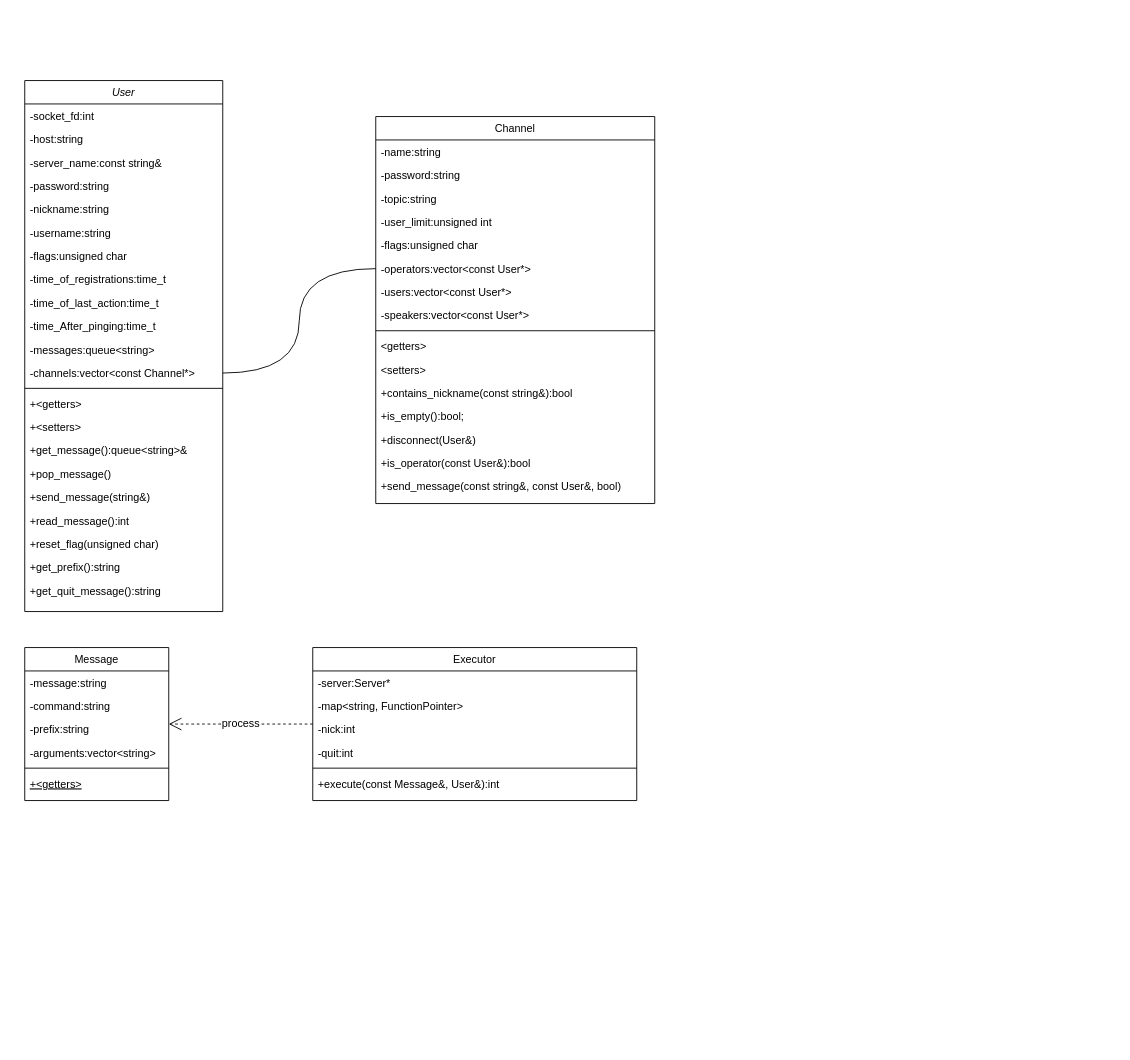
The draw.io diagram Untitled Diagram.drawio in mzsv/42FT_IRC, before the edit. Source tidied: cells renumbered, new cells numbered last; positions are measured from the earlier drawing's top-left corner, leaving out a move shared by most shapes. Both pictures are drawn from the tidied source at 90%, with x=0, y=0 at pixel (24, 80).
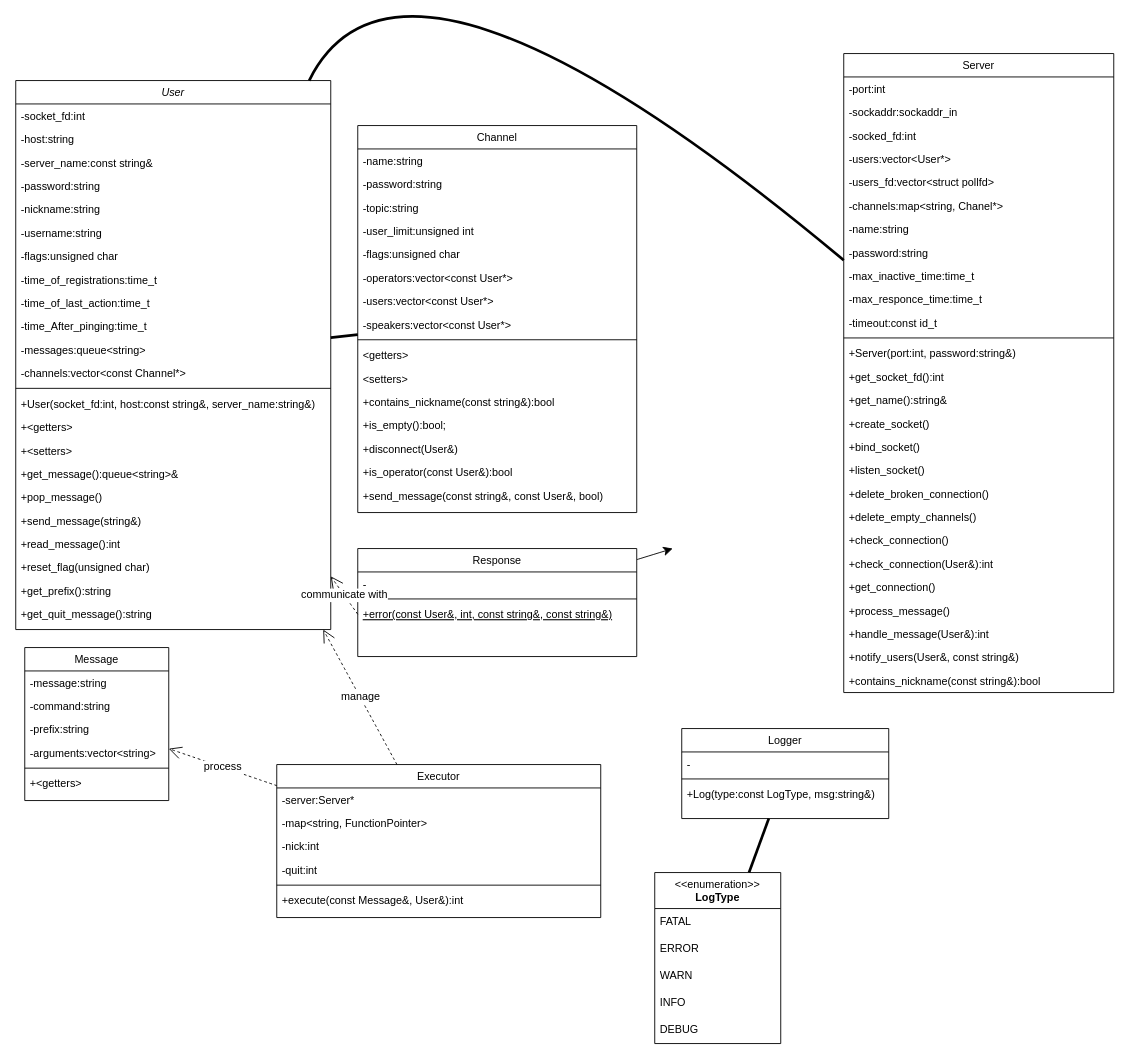
The same page after the edit.

The change refers to these unchanged cells:
```xml
<mxCell id="25" value="Message" style="swimlane;fontStyle=0;align=center;verticalAlign=top;horizontal=1;startSize=26;rounded=0;shadow=0;strokeWidth=1;" parent="1" vertex="1">
  <mxGeometry y="630" width="160" height="170" as="geometry" />
</mxCell>
<mxCell id="45" value="-operators:vector&lt;const User*&gt;" style="text;align=left;verticalAlign=top;spacingLeft=4;spacingRight=4;overflow=hidden;points=[[0,0.5],[1,0.5]];portConstraint=eastwest;rounded=0;shadow=0;html=0;" parent="39" vertex="1">
  <mxGeometry y="156" width="310" height="26" as="geometry" />
</mxCell>
```

Diff of the diagram source:
```diff
@@
     <mxCell id="2" value="User" style="swimlane;fontStyle=2;align=center;verticalAlign=top;horizontal=1;startSize=26;rounded=0;shadow=0;strokeWidth=1;" parent="1" vertex="1">
-      <mxGeometry width="220" height="590" as="geometry" />
+      <mxGeometry x="-10" width="350" height="610" as="geometry" />
     </mxCell>
     <mxCell id="3" value="-socket_fd:int" style="text;align=left;verticalAlign=top;spacingLeft=4;spacingRight=4;overflow=hidden;" parent="2" vertex="1">
-      <mxGeometry y="26" width="220" height="26" as="geometry" />
+      <mxGeometry y="26" width="350" height="26" as="geometry" />
     </mxCell>
     <mxCell id="4" value="-host:string" style="text;align=left;verticalAlign=top;spacingLeft=4;spacingRight=4;overflow=hidden;" parent="2" vertex="1">
-      <mxGeometry y="52" width="220" height="26" as="geometry" />
+      <mxGeometry y="52" width="350" height="26" as="geometry" />
     </mxCell>
     <mxCell id="5" value="-server_name:const string&amp;" style="text;align=left;verticalAlign=top;spacingLeft=4;spacingRight=4;overflow=hidden;rounded=0;shadow=0;html=0;" parent="2" vertex="1">
-      <mxGeometry y="78" width="220" height="26" as="geometry" />
+      <mxGeometry y="78" width="350" height="26" as="geometry" />
     </mxCell>
     <mxCell id="6" value="-password:string" style="text;align=left;verticalAlign=top;spacingLeft=4;spacingRight=4;overflow=hidden;rounded=0;shadow=0;html=0;" parent="2" vertex="1">
-      <mxGeometry y="104" width="220" height="26" as="geometry" />
+      <mxGeometry y="104" width="350" height="26" as="geometry" />
     </mxCell>
     <mxCell id="7" value="-nickname:string" style="text;align=left;verticalAlign=top;spacingLeft=4;spacingRight=4;overflow=hidden;rounded=0;shadow=0;html=0;" parent="2" vertex="1">
-      <mxGeometry y="130" width="220" height="26" as="geometry" />
+      <mxGeometry y="130" width="350" height="26" as="geometry" />
     </mxCell>
     <mxCell id="8" value="-username:string" style="text;align=left;verticalAlign=top;spacingLeft=4;spacingRight=4;overflow=hidden;rounded=0;shadow=0;html=0;" parent="2" vertex="1">
-      <mxGeometry y="156" width="220" height="26" as="geometry" />
+      <mxGeometry y="156" width="350" height="26" as="geometry" />
     </mxCell>
     <mxCell id="9" value="-flags:unsigned char" style="text;align=left;verticalAlign=top;spacingLeft=4;spacingRight=4;overflow=hidden;rounded=0;shadow=0;html=0;" parent="2" vertex="1">
-      <mxGeometry y="182" width="220" height="26" as="geometry" />
+      <mxGeometry y="182" width="350" height="26" as="geometry" />
     </mxCell>
     <mxCell id="10" value="-time_of_registrations:time_t" style="text;align=left;verticalAlign=top;spacingLeft=4;spacingRight=4;overflow=hidden;rounded=0;shadow=0;html=0;" parent="2" vertex="1">
-      <mxGeometry y="208" width="220" height="26" as="geometry" />
+      <mxGeometry y="208" width="350" height="26" as="geometry" />
     </mxCell>
     <mxCell id="11" value="-time_of_last_action:time_t" style="text;align=left;verticalAlign=top;spacingLeft=4;spacingRight=4;overflow=hidden;rounded=0;shadow=0;html=0;" parent="2" vertex="1">
-      <mxGeometry y="234" width="220" height="26" as="geometry" />
+      <mxGeometry y="234" width="350" height="26" as="geometry" />
     </mxCell>
     <mxCell id="12" value="-time_After_pinging:time_t" style="text;align=left;verticalAlign=top;spacingLeft=4;spacingRight=4;overflow=hidden;rounded=0;shadow=0;html=0;" parent="2" vertex="1">
-      <mxGeometry y="260" width="220" height="26" as="geometry" />
+      <mxGeometry y="260" width="350" height="26" as="geometry" />
     </mxCell>
     <mxCell id="13" value="-messages:queue&lt;string&gt;" style="text;align=left;verticalAlign=top;spacingLeft=4;spacingRight=4;overflow=hidden;rounded=0;shadow=0;html=0;" parent="2" vertex="1">
-      <mxGeometry y="286" width="220" height="26" as="geometry" />
+      <mxGeometry y="286" width="350" height="26" as="geometry" />
     </mxCell>
     <mxCell id="14" value="-channels:vector&lt;const Channel*&gt;" style="text;align=left;verticalAlign=top;spacingLeft=4;spacingRight=4;overflow=hidden;points=[[0,0.5],[1,0.5]];portConstraint=eastwest;rounded=0;shadow=0;html=0;" parent="2" vertex="1">
-      <mxGeometry y="312" width="220" height="26" as="geometry" />
+      <mxGeometry y="312" width="350" height="26" as="geometry" />
     </mxCell>
     <mxCell id="15" style="line;html=1;strokeWidth=1;align=left;verticalAlign=middle;spacingTop=-1;spacingLeft=3;spacingRight=3;labelPosition=right;" parent="2" vertex="1">
-      <mxGeometry y="338" width="220" height="8" as="geometry" />
+      <mxGeometry y="338" width="350" height="8" as="geometry" />
     </mxCell>
+    <mxCell id="58" value="+User(socket_fd:int, host:const string&amp;, server_name:string&amp;)" style="text;align=left;verticalAlign=top;spacingLeft=4;spacingRight=4;overflow=hidden;" parent="2" vertex="1">
+      <mxGeometry y="346" width="350" height="26" as="geometry" />
+    </mxCell>
     <mxCell id="16" value="+&lt;getters&gt;" style="text;align=left;verticalAlign=top;spacingLeft=4;spacingRight=4;overflow=hidden;" parent="2" vertex="1">
-      <mxGeometry y="346" width="220" height="26" as="geometry" />
+      <mxGeometry y="372" width="350" height="26" as="geometry" />
     </mxCell>
     <mxCell id="17" value="+&lt;setters&gt;" style="text;align=left;verticalAlign=top;spacingLeft=4;spacingRight=4;overflow=hidden;" parent="2" vertex="1">
-      <mxGeometry y="372" width="220" height="26" as="geometry" />
+      <mxGeometry y="398" width="350" height="26" as="geometry" />
     </mxCell>
     <mxCell id="18" value="+get_message():queue&lt;string&gt;&amp;" style="text;align=left;verticalAlign=top;spacingLeft=4;spacingRight=4;overflow=hidden;" parent="2" vertex="1">
-      <mxGeometry y="398" width="220" height="26" as="geometry" />
+      <mxGeometry y="424" width="350" height="26" as="geometry" />
     </mxCell>
     <mxCell id="19" value="+pop_message()" style="text;align=left;verticalAlign=top;spacingLeft=4;spacingRight=4;overflow=hidden;" parent="2" vertex="1">
-      <mxGeometry y="424" width="220" height="26" as="geometry" />
+      <mxGeometry y="450" width="350" height="26" as="geometry" />
     </mxCell>
     <mxCell id="20" value="+send_message(string&amp;)" style="text;align=left;verticalAlign=top;spacingLeft=4;spacingRight=4;overflow=hidden;" parent="2" vertex="1">
-      <mxGeometry y="450" width="220" height="26" as="geometry" />
+      <mxGeometry y="476" width="350" height="26" as="geometry" />
     </mxCell>
     <mxCell id="21" value="+read_message():int" style="text;align=left;verticalAlign=top;spacingLeft=4;spacingRight=4;overflow=hidden;" parent="2" vertex="1">
-      <mxGeometry y="476" width="220" height="26" as="geometry" />
+      <mxGeometry y="502" width="350" height="26" as="geometry" />
     </mxCell>
     <mxCell id="22" value="+reset_flag(unsigned char)" style="text;align=left;verticalAlign=top;spacingLeft=4;spacingRight=4;overflow=hidden;" parent="2" vertex="1">
-      <mxGeometry y="502" width="220" height="26" as="geometry" />
+      <mxGeometry y="528" width="350" height="26" as="geometry" />
     </mxCell>
     <mxCell id="23" value="+get_prefix():string" style="text;align=left;verticalAlign=top;spacingLeft=4;spacingRight=4;overflow=hidden;" parent="2" vertex="1">
-      <mxGeometry y="528" width="220" height="26" as="geometry" />
+      <mxGeometry y="554" width="350" height="26" as="geometry" />
     </mxCell>
     <mxCell id="24" value="+get_quit_message():string" style="text;align=left;verticalAlign=top;spacingLeft=4;spacingRight=4;overflow=hidden;" parent="2" vertex="1">
-      <mxGeometry y="554" width="220" height="26" as="geometry" />
+      <mxGeometry y="580" width="350" height="26" as="geometry" />
     </mxCell>
@@
-    <mxCell id="31" value="+&lt;getters&gt;" style="text;align=left;verticalAlign=top;spacingLeft=4;spacingRight=4;overflow=hidden;fontStyle=4;" parent="25" vertex="1">
+    <mxCell id="31" value="+&lt;getters&gt;" style="text;align=left;verticalAlign=top;spacingLeft=4;spacingRight=4;overflow=hidden;fontStyle=0;" parent="25" vertex="1">
       <mxGeometry y="138" width="160" height="26" as="geometry" />
     </mxCell>
     <mxCell id="32" value="Executor" style="swimlane;fontStyle=0;align=center;verticalAlign=top;horizontal=1;startSize=26;rounded=0;shadow=0;strokeWidth=1;" parent="1" vertex="1">
-      <mxGeometry x="320" y="630" width="360" height="170" as="geometry" />
+      <mxGeometry x="280" y="760" width="360" height="170" as="geometry" />
     </mxCell>
@@
     <mxCell id="39" value="Channel" style="swimlane;fontStyle=0;align=center;verticalAlign=top;horizontal=1;startSize=26;rounded=0;shadow=0;strokeWidth=1;" parent="1" vertex="1">
-      <mxGeometry x="390" y="40" width="310" height="430" as="geometry" />
+      <mxGeometry x="370" y="50" width="310" height="430" as="geometry" />
     </mxCell>
@@
-    <mxCell id="56" style="endArrow=none;html=1;edgeStyle=orthogonalEdgeStyle;rounded=0;fontSize=12;startSize=8;endSize=8;curved=1;exitX=1;exitY=0.5;exitDx=0;exitDy=0;entryX=0;entryY=0.5;entryDx=0;entryDy=0;" parent="1" edge="1" source="14" target="45">
-      <mxGeometry relative="1" as="geometry" />
-    </mxCell>
@@
+    <mxCell id="59" style="edgeStyle=none;curved=1;rounded=0;jettySize=auto;html=1;fontSize=12;startSize=8;endSize=8;" parent="1" edge="1" source="60">
+      <mxGeometry relative="1" as="geometry">
+        <mxPoint x="720" y="520" as="targetPoint" />
+      </mxGeometry>
+    </mxCell>
+    <mxCell id="60" value="Response" style="swimlane;fontStyle=0;align=center;verticalAlign=top;horizontal=1;startSize=26;rounded=0;shadow=0;strokeWidth=1;" parent="1" vertex="1">
+      <mxGeometry x="370" y="520" width="310" height="120" as="geometry" />
+    </mxCell>
+    <mxCell id="61" value="-" style="text;align=left;verticalAlign=top;spacingLeft=4;spacingRight=4;overflow=hidden;rounded=0;shadow=0;html=0;" parent="60" vertex="1">
+      <mxGeometry y="26" width="310" height="26" as="geometry" />
+    </mxCell>
+    <mxCell id="62" style="line;html=1;strokeWidth=1;align=left;verticalAlign=middle;spacingTop=-1;spacingLeft=3;spacingRight=3;labelPosition=right;" parent="60" vertex="1">
+      <mxGeometry y="52" width="310" height="8" as="geometry" />
+    </mxCell>
+    <mxCell id="63" value="+error(const User&amp;, int, const string&amp;, const string&amp;)" style="text;align=left;verticalAlign=top;spacingLeft=4;spacingRight=4;overflow=hidden;points=[[0,0.5],[1,0.5]];portConstraint=eastwest;fontStyle=4;" parent="60" vertex="1">
+      <mxGeometry y="60" width="310" height="26" as="geometry" />
+    </mxCell>
+    <mxCell id="64" value="communicate with" style="endArrow=open;endSize=12;dashed=1;html=1;rounded=0;fontSize=12;curved=1;exitX=0;exitY=0.5;exitDx=0;exitDy=0;" parent="1" edge="1" source="63" target="2">
+      <mxGeometry relative="1" as="geometry" />
+    </mxCell>
+    <mxCell id="65" value="Server" style="swimlane;fontStyle=0;align=center;verticalAlign=top;horizontal=1;startSize=26;rounded=0;shadow=0;strokeWidth=1;" parent="1" vertex="1">
+      <mxGeometry x="910" y="-30" width="300" height="710" as="geometry" />
+    </mxCell>
+    <mxCell id="66" value="-port:int" style="text;align=left;verticalAlign=top;spacingLeft=4;spacingRight=4;overflow=hidden;rounded=0;shadow=0;html=0;" parent="65" vertex="1">
+      <mxGeometry y="26" width="300" height="26" as="geometry" />
+    </mxCell>
+    <mxCell id="67" value="-sockaddr:sockaddr_in" style="text;align=left;verticalAlign=top;spacingLeft=4;spacingRight=4;overflow=hidden;rounded=0;shadow=0;html=0;" parent="65" vertex="1">
+      <mxGeometry y="52" width="300" height="26" as="geometry" />
+    </mxCell>
+    <mxCell id="68" value="-socked_fd:int" style="text;align=left;verticalAlign=top;spacingLeft=4;spacingRight=4;overflow=hidden;rounded=0;shadow=0;html=0;" parent="65" vertex="1">
+      <mxGeometry y="78" width="300" height="26" as="geometry" />
+    </mxCell>
+    <mxCell id="69" value="-users:vector&lt;User*&gt;" style="text;align=left;verticalAlign=top;spacingLeft=4;spacingRight=4;overflow=hidden;rounded=0;shadow=0;html=0;" parent="65" vertex="1">
+      <mxGeometry y="104" width="300" height="26" as="geometry" />
+    </mxCell>
+    <mxCell id="70" value="-users_fd:vector&lt;struct pollfd&gt;" style="text;align=left;verticalAlign=top;spacingLeft=4;spacingRight=4;overflow=hidden;rounded=0;shadow=0;html=0;" parent="65" vertex="1">
+      <mxGeometry y="130" width="300" height="26" as="geometry" />
+    </mxCell>
+    <mxCell id="71" value="-channels:map&lt;string, Chanel*&gt;" style="text;align=left;verticalAlign=top;spacingLeft=4;spacingRight=4;overflow=hidden;rounded=0;shadow=0;html=0;" parent="65" vertex="1">
+      <mxGeometry y="156" width="300" height="26" as="geometry" />
+    </mxCell>
+    <mxCell id="72" value="-name:string" style="text;align=left;verticalAlign=top;spacingLeft=4;spacingRight=4;overflow=hidden;rounded=0;shadow=0;html=0;" parent="65" vertex="1">
+      <mxGeometry y="182" width="300" height="26" as="geometry" />
+    </mxCell>
+    <mxCell id="73" value="-password:string" style="text;align=left;verticalAlign=top;spacingLeft=4;spacingRight=4;overflow=hidden;rounded=0;shadow=0;html=0;" parent="65" vertex="1">
+      <mxGeometry y="208" width="300" height="26" as="geometry" />
+    </mxCell>
+    <mxCell id="74" value="-max_inactive_time:time_t" style="text;align=left;verticalAlign=top;spacingLeft=4;spacingRight=4;overflow=hidden;rounded=0;shadow=0;html=0;" parent="65" vertex="1">
+      <mxGeometry y="234" width="300" height="26" as="geometry" />
+    </mxCell>
+    <mxCell id="75" value="-max_responce_time:time_t" style="text;align=left;verticalAlign=top;spacingLeft=4;spacingRight=4;overflow=hidden;rounded=0;shadow=0;html=0;" parent="65" vertex="1">
+      <mxGeometry y="260" width="300" height="26" as="geometry" />
+    </mxCell>
+    <mxCell id="76" value="-timeout:const id_t" style="text;align=left;verticalAlign=top;spacingLeft=4;spacingRight=4;overflow=hidden;rounded=0;shadow=0;html=0;" parent="65" vertex="1">
+      <mxGeometry y="286" width="300" height="26" as="geometry" />
+    </mxCell>
+    <mxCell id="77" style="line;html=1;strokeWidth=1;align=left;verticalAlign=middle;spacingTop=-1;spacingLeft=3;spacingRight=3;labelPosition=right;" parent="65" vertex="1">
+      <mxGeometry y="312" width="300" height="8" as="geometry" />
+    </mxCell>
+    <mxCell id="78" value="+Server(port:int, password:string&amp;) " style="text;align=left;verticalAlign=top;spacingLeft=4;spacingRight=4;overflow=hidden;fontStyle=0;" parent="65" vertex="1">
+      <mxGeometry y="320" width="300" height="26" as="geometry" />
+    </mxCell>
+    <mxCell id="79" value="+get_socket_fd():int" style="text;align=left;verticalAlign=top;spacingLeft=4;spacingRight=4;overflow=hidden;fontStyle=0;" parent="65" vertex="1">
+      <mxGeometry y="346" width="300" height="26" as="geometry" />
+    </mxCell>
+    <mxCell id="80" value="+get_name():string&amp;" style="text;align=left;verticalAlign=top;spacingLeft=4;spacingRight=4;overflow=hidden;fontStyle=0;" parent="65" vertex="1">
+      <mxGeometry y="372" width="300" height="26" as="geometry" />
+    </mxCell>
+    <mxCell id="81" value="+create_socket()" style="text;align=left;verticalAlign=top;spacingLeft=4;spacingRight=4;overflow=hidden;fontStyle=0;" parent="65" vertex="1">
+      <mxGeometry y="398" width="300" height="26" as="geometry" />
+    </mxCell>
+    <mxCell id="82" value="+bind_socket()" style="text;align=left;verticalAlign=top;spacingLeft=4;spacingRight=4;overflow=hidden;fontStyle=0;" parent="65" vertex="1">
+      <mxGeometry y="424" width="300" height="26" as="geometry" />
+    </mxCell>
+    <mxCell id="83" value="+listen_socket()" style="text;align=left;verticalAlign=top;spacingLeft=4;spacingRight=4;overflow=hidden;fontStyle=0;" parent="65" vertex="1">
+      <mxGeometry y="450" width="300" height="26" as="geometry" />
+    </mxCell>
+    <mxCell id="84" value="+delete_broken_connection()" style="text;align=left;verticalAlign=top;spacingLeft=4;spacingRight=4;overflow=hidden;fontStyle=0;" parent="65" vertex="1">
+      <mxGeometry y="476" width="300" height="26" as="geometry" />
+    </mxCell>
+    <mxCell id="85" value="+delete_empty_channels()" style="text;align=left;verticalAlign=top;spacingLeft=4;spacingRight=4;overflow=hidden;fontStyle=0;" parent="65" vertex="1">
+      <mxGeometry y="502" width="300" height="26" as="geometry" />
+    </mxCell>
+    <mxCell id="86" value="+check_connection()" style="text;align=left;verticalAlign=top;spacingLeft=4;spacingRight=4;overflow=hidden;fontStyle=0;" parent="65" vertex="1">
+      <mxGeometry y="528" width="300" height="26" as="geometry" />
+    </mxCell>
+    <mxCell id="87" value="+check_connection(User&amp;):int" style="text;align=left;verticalAlign=top;spacingLeft=4;spacingRight=4;overflow=hidden;fontStyle=0;" parent="65" vertex="1">
+      <mxGeometry y="554" width="300" height="26" as="geometry" />
+    </mxCell>
+    <mxCell id="88" value="+get_connection()" style="text;align=left;verticalAlign=top;spacingLeft=4;spacingRight=4;overflow=hidden;fontStyle=0;" parent="65" vertex="1">
+      <mxGeometry y="580" width="300" height="26" as="geometry" />
+    </mxCell>
+    <mxCell id="89" value="+process_message()" style="text;align=left;verticalAlign=top;spacingLeft=4;spacingRight=4;overflow=hidden;fontStyle=0;" parent="65" vertex="1">
+      <mxGeometry y="606" width="300" height="26" as="geometry" />
+    </mxCell>
+    <mxCell id="90" value="+handle_message(User&amp;):int" style="text;align=left;verticalAlign=top;spacingLeft=4;spacingRight=4;overflow=hidden;fontStyle=0;" parent="65" vertex="1">
+      <mxGeometry y="632" width="300" height="26" as="geometry" />
+    </mxCell>
+    <mxCell id="91" value="+notify_users(User&amp;, const string&amp;)" style="text;align=left;verticalAlign=top;spacingLeft=4;spacingRight=4;overflow=hidden;fontStyle=0;" parent="65" vertex="1">
+      <mxGeometry y="658" width="300" height="26" as="geometry" />
+    </mxCell>
+    <mxCell id="92" value="+contains_nickname(const string&amp;):bool" style="text;align=left;verticalAlign=top;spacingLeft=4;spacingRight=4;overflow=hidden;fontStyle=0;" parent="65" vertex="1">
+      <mxGeometry y="684" width="300" height="26" as="geometry" />
+    </mxCell>
+    <mxCell id="93" value="manage" style="endArrow=open;endSize=12;dashed=1;html=1;rounded=0;fontSize=12;curved=1;" parent="1" edge="1" source="32" target="2">
+      <mxGeometry relative="1" as="geometry" />
+    </mxCell>
+    <mxCell id="94" value="Logger" style="swimlane;fontStyle=0;align=center;verticalAlign=top;horizontal=1;startSize=26;rounded=0;shadow=0;strokeWidth=1;" parent="1" vertex="1">
+      <mxGeometry x="730" y="720" width="230" height="100" as="geometry" />
+    </mxCell>
+    <mxCell id="95" value="-" style="text;align=left;verticalAlign=top;spacingLeft=4;spacingRight=4;overflow=hidden;" parent="94" vertex="1">
+      <mxGeometry y="26" width="230" height="26" as="geometry" />
+    </mxCell>
+    <mxCell id="96" style="line;html=1;strokeWidth=1;align=left;verticalAlign=middle;spacingTop=-1;spacingLeft=3;spacingRight=3;labelPosition=right;" parent="94" vertex="1">
+      <mxGeometry y="52" width="230" height="8" as="geometry" />
+    </mxCell>
+    <mxCell id="97" value="+Log(type:const LogType, msg:string&amp;)" style="text;align=left;verticalAlign=top;spacingLeft=4;spacingRight=4;overflow=hidden;" parent="94" vertex="1">
+      <mxGeometry y="60" width="230" height="26" as="geometry" />
+    </mxCell>
+    <mxCell id="98" value="&amp;lt;&amp;lt;enumeration&amp;gt;&amp;gt;&lt;br&gt;&lt;b&gt;LogType&lt;/b&gt;" style="swimlane;fontStyle=0;align=center;verticalAlign=top;horizontal=1;startSize=40;html=1;whiteSpace=wrap;" parent="1" vertex="1">
+      <mxGeometry x="700" y="880" width="140" height="190" as="geometry" />
+    </mxCell>
+    <mxCell id="99" value="FATAL" style="text;html=1;strokeColor=none;fillColor=none;align=left;verticalAlign=middle;spacingLeft=4;spacingRight=4;overflow=hidden;whiteSpace=wrap;" parent="98" vertex="1">
+      <mxGeometry y="40" width="140" height="30" as="geometry" />
+    </mxCell>
+    <mxCell id="100" value="ERROR" style="text;html=1;strokeColor=none;fillColor=none;align=left;verticalAlign=middle;spacingLeft=4;spacingRight=4;overflow=hidden;whiteSpace=wrap;" parent="98" vertex="1">
+      <mxGeometry y="70" width="140" height="30" as="geometry" />
+    </mxCell>
+    <mxCell id="101" value="WARN" style="text;html=1;strokeColor=none;fillColor=none;align=left;verticalAlign=middle;spacingLeft=4;spacingRight=4;overflow=hidden;whiteSpace=wrap;" parent="98" vertex="1">
+      <mxGeometry y="100" width="140" height="30" as="geometry" />
+    </mxCell>
+    <mxCell id="102" value="INFO&lt;span style=&quot;white-space: pre;&quot;&gt;&#9;&lt;/span&gt;" style="text;html=1;strokeColor=none;fillColor=none;align=left;verticalAlign=middle;spacingLeft=4;spacingRight=4;overflow=hidden;whiteSpace=wrap;" parent="98" vertex="1">
+      <mxGeometry y="130" width="140" height="30" as="geometry" />
+    </mxCell>
+    <mxCell id="103" value="DEBUG" style="text;html=1;strokeColor=none;fillColor=none;align=left;verticalAlign=middle;spacingLeft=4;spacingRight=4;overflow=hidden;whiteSpace=wrap;" parent="98" vertex="1">
+      <mxGeometry y="160" width="140" height="30" as="geometry" />
+    </mxCell>
+    <mxCell id="104" style="endArrow=none;startArrow=none;endFill=0;startFill=0;endSize=8;html=1;verticalAlign=bottom;labelBackgroundColor=none;strokeWidth=3;rounded=0;fontSize=12;curved=1;" parent="1" edge="1" source="98" target="94">
+      <mxGeometry relative="1" as="geometry" />
+    </mxCell>
+    <mxCell id="105" style="endArrow=none;startArrow=none;endFill=0;startFill=0;endSize=8;html=1;verticalAlign=bottom;labelBackgroundColor=none;strokeWidth=3;rounded=0;fontSize=12;curved=1;" parent="1" edge="1" source="2" target="39">
+      <mxGeometry relative="1" as="geometry" />
+    </mxCell>
+    <mxCell id="106" style="endArrow=none;startArrow=none;endFill=0;startFill=0;endSize=8;html=1;verticalAlign=bottom;labelBackgroundColor=none;strokeWidth=3;rounded=0;fontSize=12;curved=1;" parent="1" edge="1" source="2" target="65">
+      <mxGeometry relative="1" as="geometry">
+        <Array as="points">
+          <mxPoint x="420" y="-210" />
+        </Array>
+      </mxGeometry>
+    </mxCell>
```
